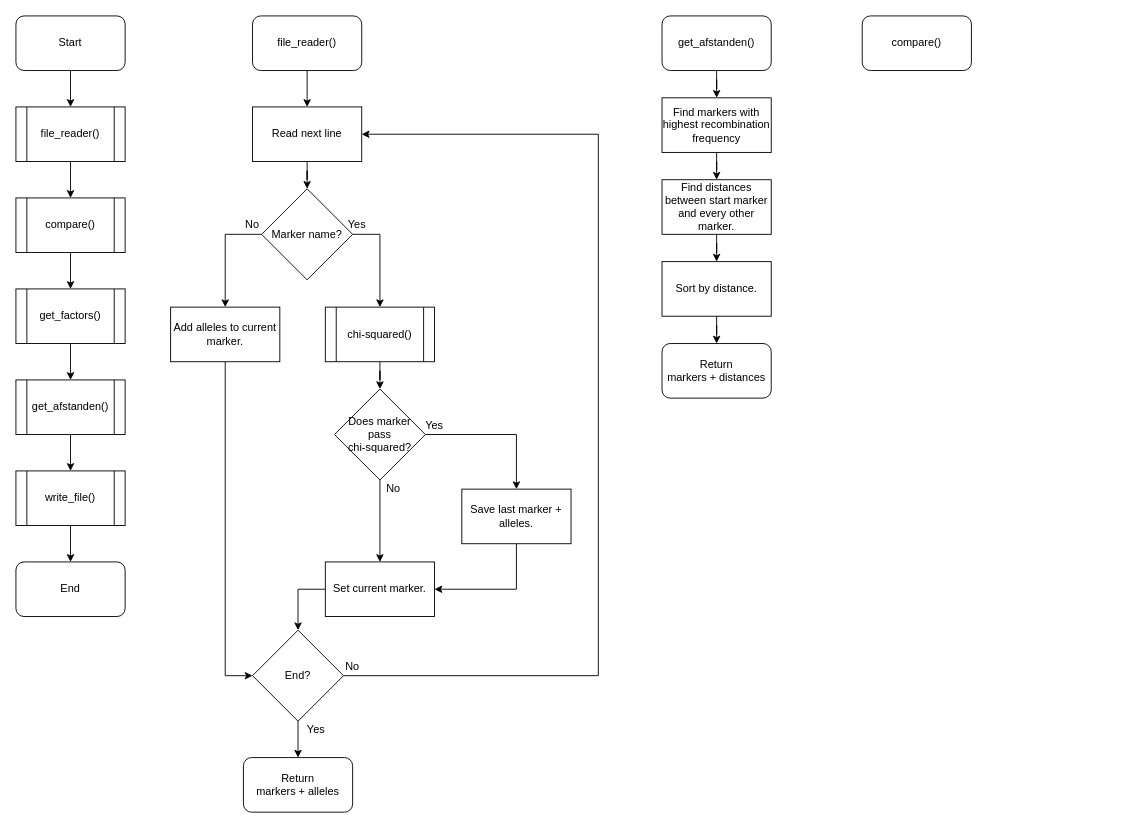
The draw.io diagram Untitled Diagram.drawio in BramUt/QTL, before the edit. Source tidied: cells renumbered, new cells numbered last; positions are measured from the earlier drawing's top-left corner, leaving out a move shared by most shapes. Both pictures are drawn from the tidied source at 91%, with x=0, y=0 at pixel (15, 15).
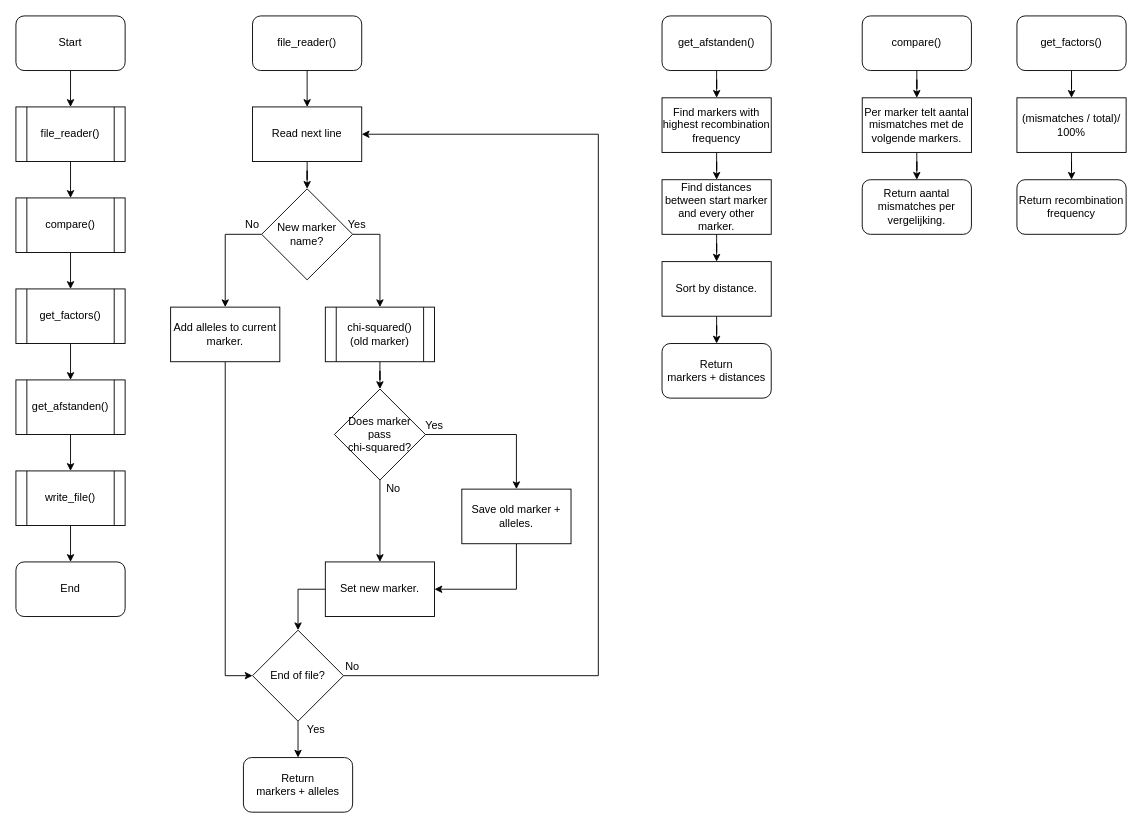
The same page after the edit.

The change refers to these unchanged cells:
```xml
<mxCell id="52" value="compare()" style="rounded=1;whiteSpace=wrap;html=1;" parent="1" vertex="1">
  <mxGeometry x="930" width="120" height="60" as="geometry" />
</mxCell>
```

The edit, as a diff of the source:
```diff
@@
-    <mxCell id="21" value="End?" style="rhombus;whiteSpace=wrap;html=1;" parent="1" vertex="1">
+    <mxCell id="21" value="End of file?" style="rhombus;whiteSpace=wrap;html=1;" parent="1" vertex="1">
       <mxGeometry x="260" y="675" width="100" height="100" as="geometry" />
     </mxCell>
@@
-    <mxCell id="24" value="Marker name?" style="rhombus;whiteSpace=wrap;html=1;" parent="1" vertex="1">
+    <mxCell id="24" value="New marker name?" style="rhombus;whiteSpace=wrap;html=1;" parent="1" vertex="1">
       <mxGeometry x="270" y="190" width="100" height="100" as="geometry" />
     </mxCell>
@@
-    <mxCell id="28" value="Save last marker + alleles." style="rounded=0;whiteSpace=wrap;html=1;" parent="1" vertex="1">
+    <mxCell id="28" value="Save old marker + alleles." style="rounded=0;whiteSpace=wrap;html=1;" parent="1" vertex="1">
       <mxGeometry x="490" y="520" width="120" height="60" as="geometry" />
     </mxCell>
@@
-    <mxCell id="30" value="Set current marker." style="rounded=0;whiteSpace=wrap;html=1;" parent="1" vertex="1">
+    <mxCell id="30" value="Set new marker." style="rounded=0;whiteSpace=wrap;html=1;" parent="1" vertex="1">
       <mxGeometry x="340" y="600" width="120" height="60" as="geometry" />
     </mxCell>
@@
-    <mxCell id="37" value="chi-squared()" style="shape=process;whiteSpace=wrap;html=1;backgroundOutline=1;" parent="1" vertex="1">
+    <mxCell id="37" value="&lt;div&gt;chi-squared()&lt;/div&gt;&lt;div&gt;(old marker)&lt;br&gt;&lt;/div&gt;" style="shape=process;whiteSpace=wrap;html=1;backgroundOutline=1;" parent="1" vertex="1">
       <mxGeometry x="340" y="320" width="120" height="60" as="geometry" />
     </mxCell>
@@
+    <mxCell id="53" style="edgeStyle=orthogonalEdgeStyle;rounded=0;jettySize=auto;html=1;" parent="1" edge="1" source="52" target="55">
+      <mxGeometry relative="1" as="geometry" />
+    </mxCell>
@@
+    <mxCell id="54" style="edgeStyle=orthogonalEdgeStyle;rounded=0;jettySize=auto;html=1;" parent="1" edge="1" source="55" target="56">
+      <mxGeometry relative="1" as="geometry" />
+    </mxCell>
+    <mxCell id="55" value="Per marker telt aantal mismatches met de volgende markers." style="rounded=0;whiteSpace=wrap;html=1;" parent="1" vertex="1">
+      <mxGeometry x="930" y="90" width="120" height="60" as="geometry" />
+    </mxCell>
+    <mxCell id="56" value="Return aantal mismatches per vergelijking." style="rounded=1;whiteSpace=wrap;html=1;" parent="1" vertex="1">
+      <mxGeometry x="930" y="180" width="120" height="60" as="geometry" />
+    </mxCell>
+    <mxCell id="57" style="edgeStyle=orthogonalEdgeStyle;rounded=0;jettySize=auto;html=1;" parent="1" edge="1" source="58" target="60">
+      <mxGeometry relative="1" as="geometry" />
+    </mxCell>
+    <mxCell id="58" value="get_factors()" style="rounded=1;whiteSpace=wrap;html=1;" parent="1" vertex="1">
+      <mxGeometry x="1100" width="120" height="60" as="geometry" />
+    </mxCell>
+    <mxCell id="59" style="edgeStyle=orthogonalEdgeStyle;rounded=0;jettySize=auto;html=1;" parent="1" edge="1" source="60" target="61">
+      <mxGeometry relative="1" as="geometry" />
+    </mxCell>
+    <mxCell id="60" value="&lt;div&gt;(mismatches / total)/&lt;/div&gt;&lt;div&gt;100%&lt;br&gt;&lt;/div&gt;" style="rounded=0;whiteSpace=wrap;html=1;" parent="1" vertex="1">
+      <mxGeometry x="1100" y="90" width="120" height="60" as="geometry" />
+    </mxCell>
+    <mxCell id="61" value="Return recombination frequency" style="rounded=1;whiteSpace=wrap;html=1;" parent="1" vertex="1">
+      <mxGeometry x="1100" y="180" width="120" height="60" as="geometry" />
+    </mxCell>
```
